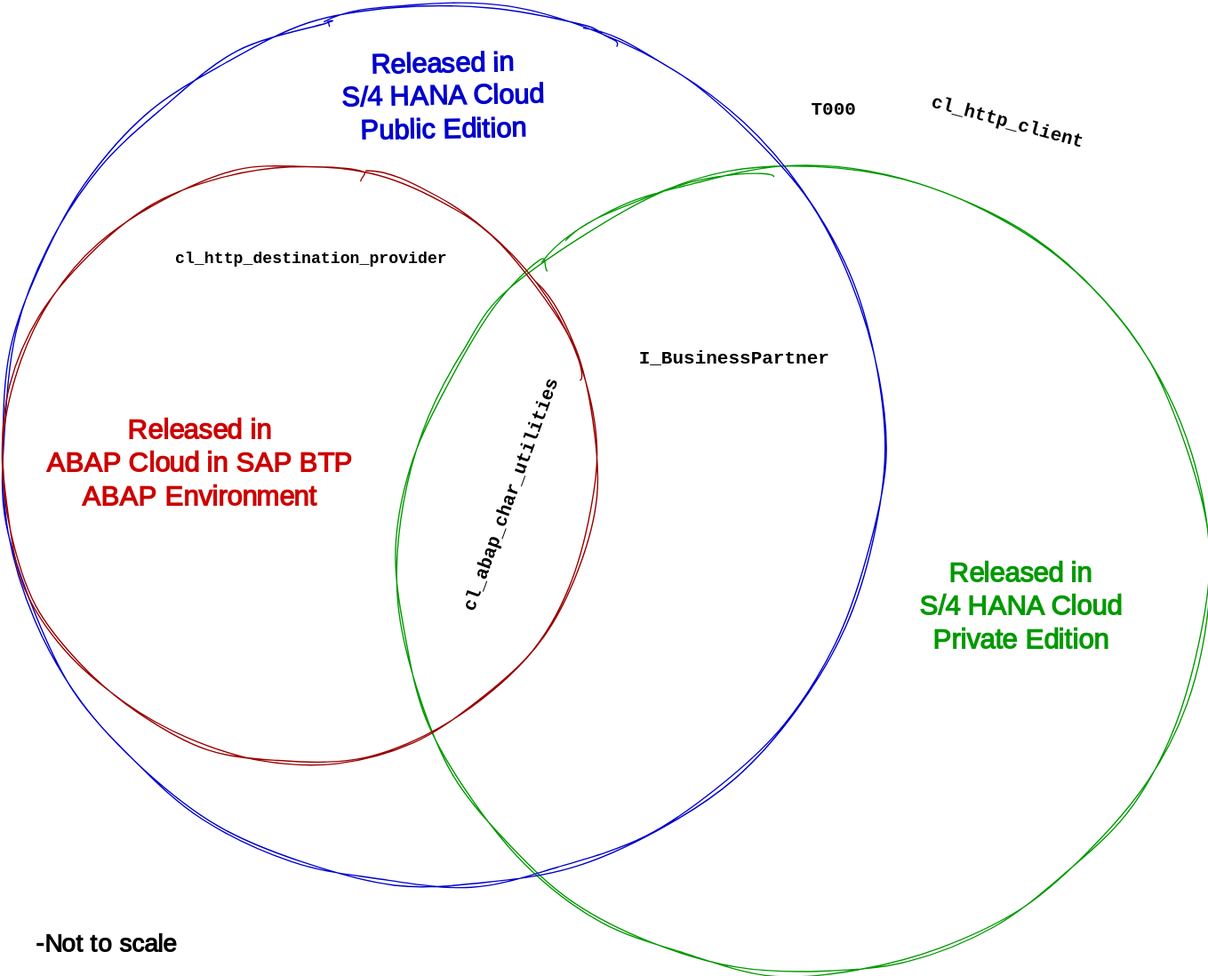
The draw.io diagram img/another5-coloured.drawio.svg in larshp/venn, before a commit. Source tidied: cells renumbered, new cells last; positions are measured from the earlier drawing's top-left corner, leaving out a move shared by most shapes.
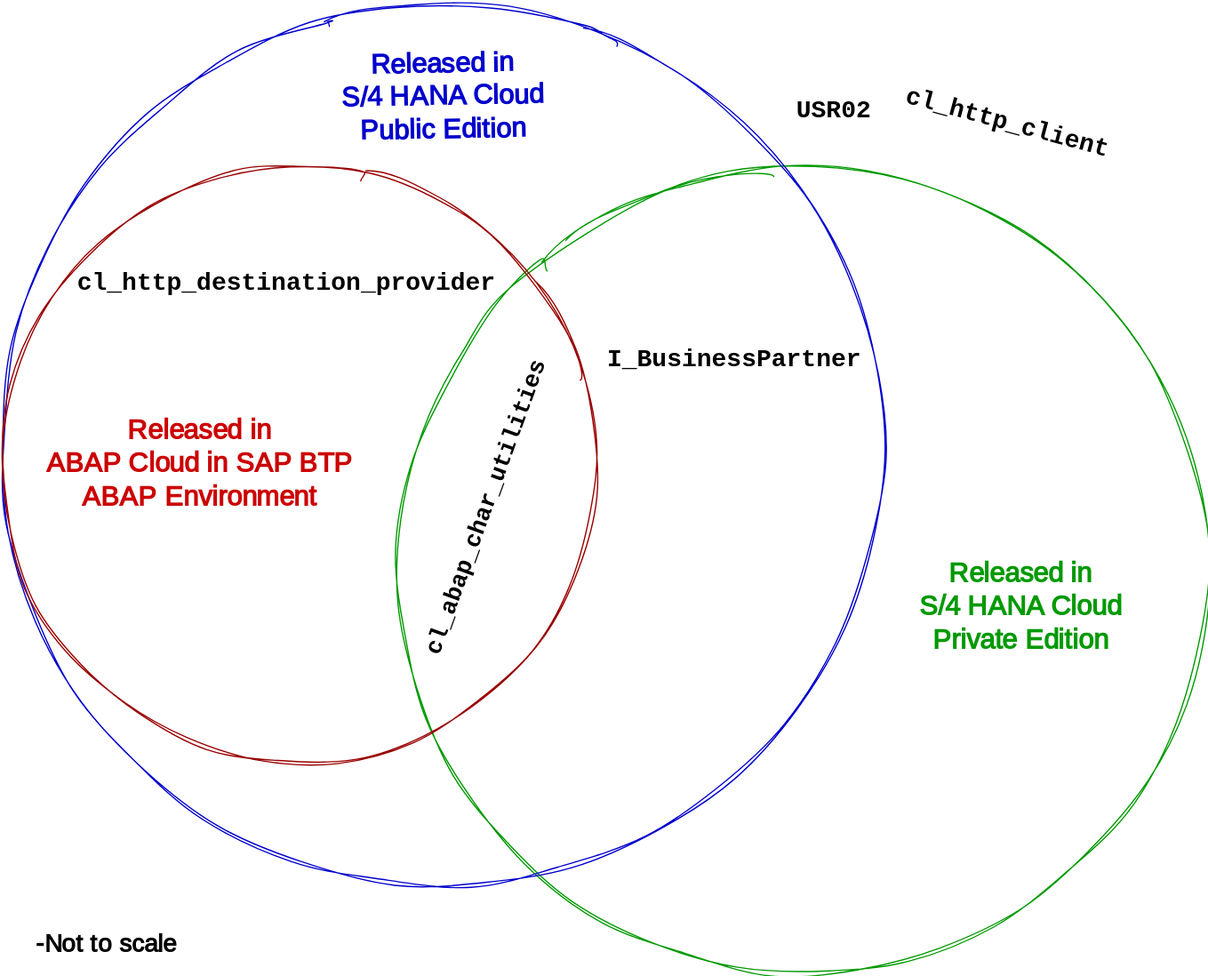
The same diagram one commit later.

Commit message:
increase fonts

Diff of the diagram source:
```diff
@@ -14,13 +14,13 @@
     <mxCell id="5" value="-Not to scale" style="text;html=1;strokeColor=none;fillColor=none;align=center;verticalAlign=middle;whiteSpace=wrap;rounded=0;sketch=1;hachureGap=4;jiggle=2;curveFitting=1;fontFamily=Architects Daughter;fontSource=https%3A%2F%2Ffonts.googleapis.com%2Fcss%3Ffamily%3DArchitects%2BDaughter;fontSize=20;fontStyle=1;fontColor=#000000;" parent="1" vertex="1">
       <mxGeometry x="10" y="740" width="150" height="30" as="geometry" />
     </mxCell>
-    <mxCell id="6" value="&lt;font face=&quot;Courier New&quot;&gt;T000&lt;/font&gt;" style="text;html=1;strokeColor=none;fillColor=none;align=center;verticalAlign=middle;whiteSpace=wrap;rounded=0;sketch=1;hachureGap=4;jiggle=2;curveFitting=1;fontFamily=Architects Daughter;fontSource=https%3A%2F%2Ffonts.googleapis.com%2Fcss%3Ffamily%3DArchitects%2BDaughter;fontSize=15;rotation=0;fontColor=#000000;fontStyle=1;" parent="1" vertex="1">
+    <mxCell id="6" value="&lt;font face=&quot;Courier New&quot; style=&quot;font-size: 20px;&quot;&gt;USR02&lt;/font&gt;" style="text;html=1;strokeColor=none;fillColor=none;align=center;verticalAlign=middle;whiteSpace=wrap;rounded=0;sketch=1;hachureGap=4;jiggle=2;curveFitting=1;fontFamily=Architects Daughter;fontSource=https%3A%2F%2Ffonts.googleapis.com%2Fcss%3Ffamily%3DArchitects%2BDaughter;fontSize=20;rotation=0;fontColor=#000000;fontStyle=1;" parent="1" vertex="1">
       <mxGeometry x="640" y="70" width="60" height="30" as="geometry" />
     </mxCell>
-    <mxCell id="7" value="&lt;span style=&quot;text-align: start; background-color: rgba(255, 255, 255, 0.03); font-size: 13px;&quot;&gt;cl_http_destination_provider&lt;/span&gt;" style="text;html=1;strokeColor=none;fillColor=none;align=center;verticalAlign=middle;whiteSpace=wrap;rounded=0;sketch=1;hachureGap=4;jiggle=2;curveFitting=1;fontFamily=Courier New;fontSize=13;rotation=0;fontColor=#000000;fontStyle=1;" parent="1" vertex="1">
-      <mxGeometry x="220" y="190" width="60" height="30" as="geometry" />
+    <mxCell id="7" value="&lt;span style=&quot;text-align: start; background-color: rgba(255, 255, 255, 0.03); font-size: 20px;&quot;&gt;cl_http_destination_provider&lt;/span&gt;" style="text;html=1;strokeColor=none;fillColor=none;align=center;verticalAlign=middle;whiteSpace=wrap;rounded=0;sketch=1;hachureGap=4;jiggle=2;curveFitting=1;fontFamily=Courier New;fontSize=20;rotation=0;fontColor=#000000;fontStyle=1;" parent="1" vertex="1">
+      <mxGeometry x="200" y="210" width="60" height="30" as="geometry" />
     </mxCell>
-    <mxCell id="8" value="&lt;font face=&quot;Courier New&quot;&gt;I_BusinessPartner&lt;/font&gt;" style="text;html=1;strokeColor=none;fillColor=none;align=center;verticalAlign=middle;whiteSpace=wrap;rounded=0;sketch=1;hachureGap=4;jiggle=2;curveFitting=1;fontFamily=Architects Daughter;fontSource=https%3A%2F%2Ffonts.googleapis.com%2Fcss%3Ffamily%3DArchitects%2BDaughter;fontSize=15;rotation=0;fontColor=#000000;fontStyle=1;" parent="1" vertex="1">
+    <mxCell id="8" value="&lt;font face=&quot;Courier New&quot; style=&quot;font-size: 20px;&quot;&gt;I_BusinessPartner&lt;/font&gt;" style="text;html=1;strokeColor=none;fillColor=none;align=center;verticalAlign=middle;whiteSpace=wrap;rounded=0;sketch=1;hachureGap=4;jiggle=2;curveFitting=1;fontFamily=Architects Daughter;fontSource=https%3A%2F%2Ffonts.googleapis.com%2Fcss%3Ffamily%3DArchitects%2BDaughter;fontSize=20;rotation=0;fontColor=#000000;fontStyle=1;" parent="1" vertex="1">
       <mxGeometry x="560" y="270" width="60" height="30" as="geometry" />
     </mxCell>
     <mxCell id="9" value="&lt;h5 style=&quot;font-size: 22px;&quot;&gt;Released in &lt;br style=&quot;font-size: 22px;&quot;&gt;ABAP Cloud in SAP BTP &lt;br style=&quot;font-size: 22px;&quot;&gt;ABAP Environment&lt;/h5&gt;" style="text;html=1;strokeColor=none;fillColor=none;align=center;verticalAlign=middle;whiteSpace=wrap;rounded=0;sketch=1;hachureGap=4;jiggle=2;curveFitting=1;fontFamily=Architects Daughter;fontSource=https%3A%2F%2Ffonts.googleapis.com%2Fcss%3Ffamily%3DArchitects%2BDaughter;fontSize=22;rotation=0;fontColor=#CC0000;fontStyle=1;" parent="1" vertex="1">
@@ -32,11 +32,11 @@
     <mxCell id="11" value="&lt;h5 style=&quot;font-size: 22px;&quot;&gt;Released in &lt;br style=&quot;font-size: 22px;&quot;&gt;S/4 HANA Cloud &lt;br&gt;Private Edition&lt;/h5&gt;" style="text;html=1;strokeColor=none;fillColor=none;align=center;verticalAlign=middle;whiteSpace=wrap;rounded=0;sketch=1;hachureGap=4;jiggle=2;curveFitting=1;fontFamily=Architects Daughter;fontSource=https%3A%2F%2Ffonts.googleapis.com%2Fcss%3Ffamily%3DArchitects%2BDaughter;fontSize=22;rotation=0;fontColor=#009900;fontStyle=1;" parent="1" vertex="1">
       <mxGeometry x="710" y="450" width="220" height="70" as="geometry" />
     </mxCell>
-    <mxCell id="12" value="&lt;font face=&quot;Courier New&quot; style=&quot;font-size: 15px;&quot;&gt;cl_http_client&lt;/font&gt;" style="text;html=1;strokeColor=none;fillColor=none;align=center;verticalAlign=middle;whiteSpace=wrap;rounded=0;sketch=1;hachureGap=4;jiggle=2;curveFitting=1;fontFamily=Architects Daughter;fontSource=https%3A%2F%2Ffonts.googleapis.com%2Fcss%3Ffamily%3DArchitects%2BDaughter;fontSize=15;rotation=15;fontStyle=1;fontColor=#000000;" parent="1" vertex="1">
+    <mxCell id="12" value="&lt;font face=&quot;Courier New&quot; style=&quot;font-size: 20px;&quot;&gt;cl_http_client&lt;/font&gt;" style="text;html=1;strokeColor=none;fillColor=none;align=center;verticalAlign=middle;whiteSpace=wrap;rounded=0;sketch=1;hachureGap=4;jiggle=2;curveFitting=1;fontFamily=Architects Daughter;fontSource=https%3A%2F%2Ffonts.googleapis.com%2Fcss%3Ffamily%3DArchitects%2BDaughter;fontSize=20;rotation=15;fontStyle=1;fontColor=#000000;" parent="1" vertex="1">
       <mxGeometry x="780" y="80" width="60" height="30" as="geometry" />
     </mxCell>
-    <mxCell id="13" value="&lt;font face=&quot;Courier New&quot;&gt;cl_abap_char_utilities&lt;/font&gt;" style="text;html=1;strokeColor=none;fillColor=none;align=center;verticalAlign=middle;whiteSpace=wrap;rounded=0;sketch=1;hachureGap=4;jiggle=2;curveFitting=1;fontFamily=Architects Daughter;fontSource=https%3A%2F%2Ffonts.googleapis.com%2Fcss%3Ffamily%3DArchitects%2BDaughter;fontSize=15;rotation=-70;fontColor=#000000;fontStyle=1;" parent="1" vertex="1">
-      <mxGeometry x="380" y="380" width="60" height="30" as="geometry" />
+    <mxCell id="13" value="&lt;font face=&quot;Courier New&quot; style=&quot;font-size: 19px;&quot;&gt;cl_abap_char_utilities&lt;/font&gt;" style="text;html=1;strokeColor=none;fillColor=none;align=center;verticalAlign=middle;whiteSpace=wrap;rounded=0;sketch=1;hachureGap=4;jiggle=2;curveFitting=1;fontFamily=Architects Daughter;fontSource=https%3A%2F%2Ffonts.googleapis.com%2Fcss%3Ffamily%3DArchitects%2BDaughter;fontSize=19;rotation=-70;fontColor=#000000;fontStyle=1;" parent="1" vertex="1">
+      <mxGeometry x="360" y="390" width="60" height="30" as="geometry" />
     </mxCell>
   </root>
 </mxGraphModel>
```
